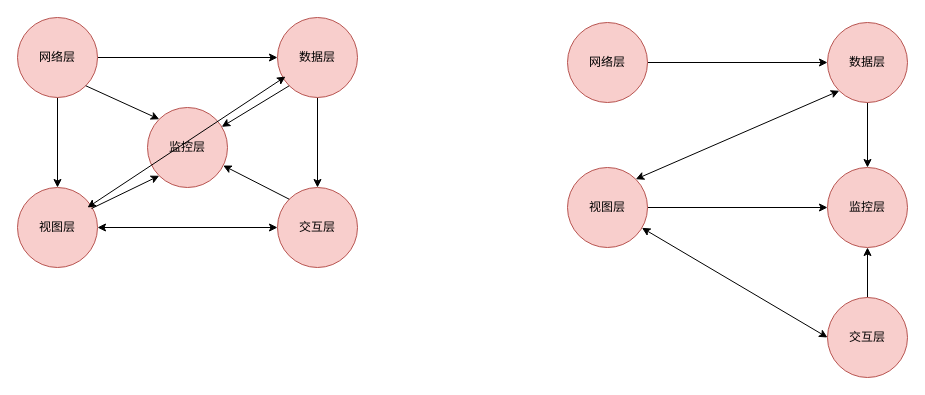
HengqianSong/drawIO keeps this draw.io diagram as moji/商业化架构层拆分.drawio. Above is the earlier version. Source tidied: cells renumbered, new cells numbered last; positions are measured from the earlier drawing's top-left corner, leaving out a move shared by most shapes. Both pictures are drawn from the tidied source at 100%, with x=0, y=0 at pixel (17, 17).
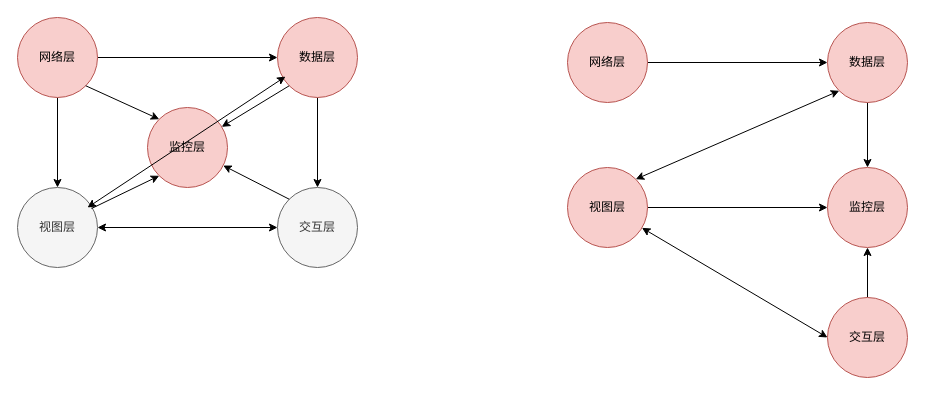
The same diagram, later.

Commit message:
更新商业化架构层拆分.drawio

Diff of the diagram source:
```diff
@@
-    <mxCell id="2" value="视图层" style="ellipse;whiteSpace=wrap;html=1;fillColor=#f8cecc;strokeColor=#b85450;" parent="1" vertex="1">
+    <mxCell id="2" value="视图层" style="ellipse;whiteSpace=wrap;html=1;fillColor=#f5f5f5;strokeColor=#666666;fontColor=#333333;" parent="1" vertex="1">
       <mxGeometry y="170" width="80" height="80" as="geometry" />
     </mxCell>
-    <mxCell id="3" value="交互层" style="ellipse;whiteSpace=wrap;html=1;fillColor=#f8cecc;strokeColor=#b85450;" parent="1" vertex="1">
+    <mxCell id="3" value="交互层" style="ellipse;whiteSpace=wrap;html=1;fillColor=#f5f5f5;fontColor=#333333;strokeColor=#666666;" parent="1" vertex="1">
       <mxGeometry x="260" y="170" width="80" height="80" as="geometry" />
     </mxCell>
```
